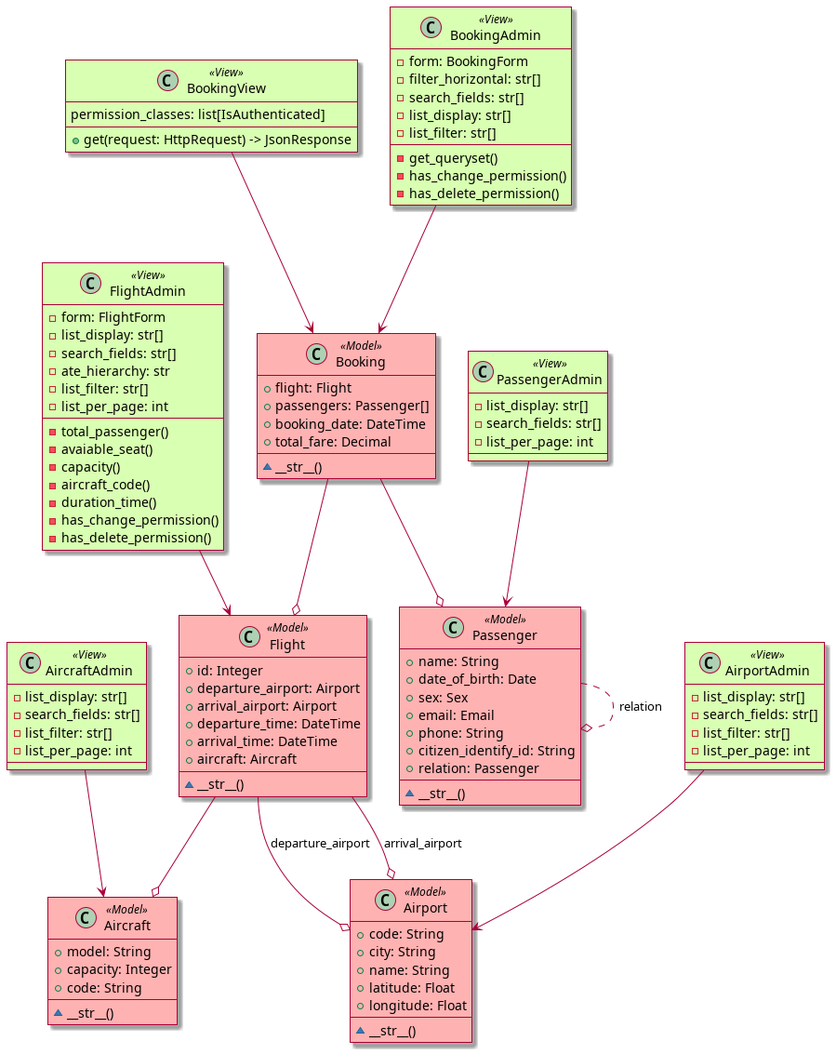
Above: documents/class-uml.png in t-pk/aviation-management-project (PlantUML), before the change.
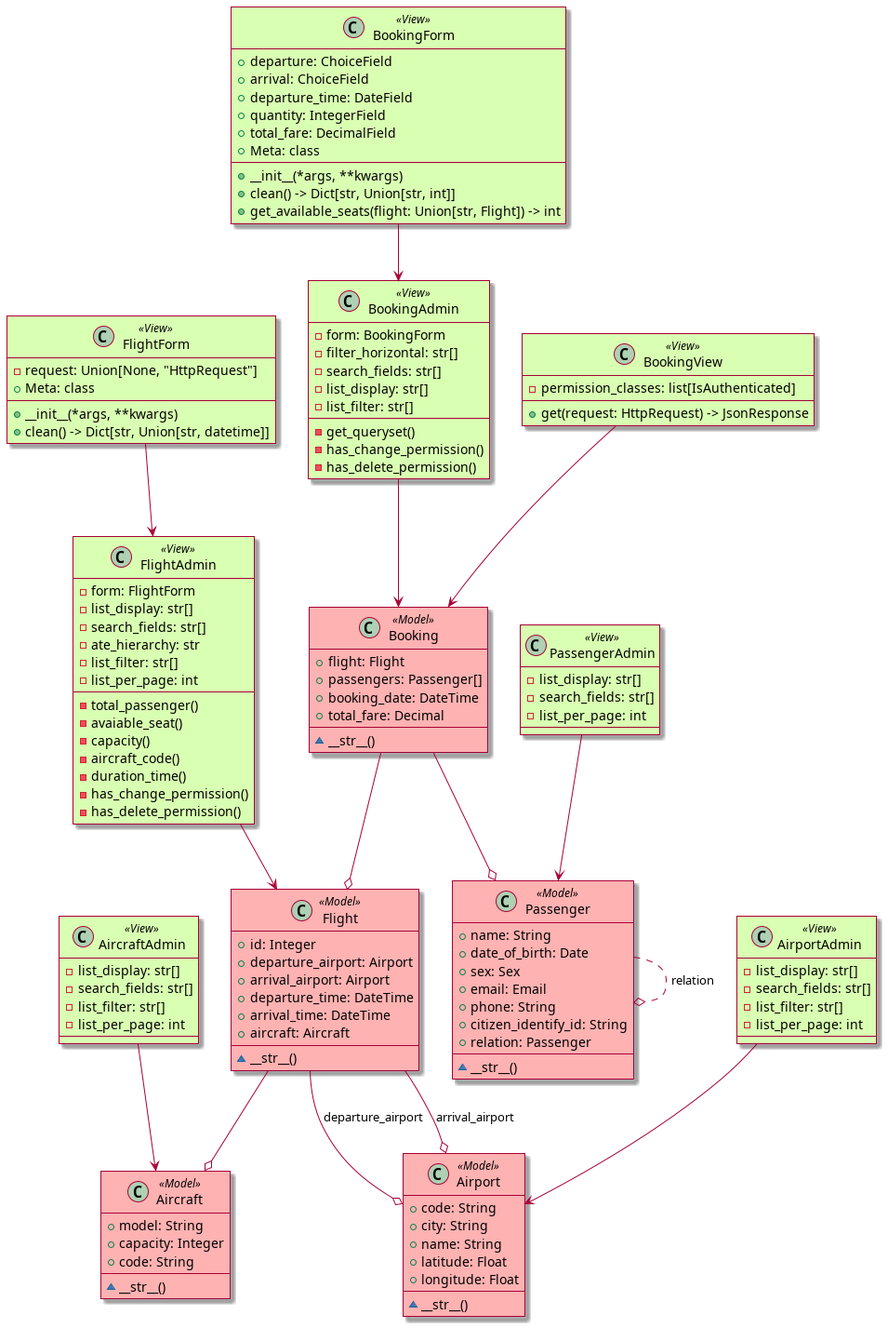
After the commit.

Change to the diagram source:
```diff
@@ -13,7 +13,6 @@
 skinparam class {
     BackgroundColor<<View>> #D9FFB2
 }
-
 
 class Flight <<Model>> {
     + id: Integer
@@ -61,11 +60,10 @@
 }
 
 class BookingView<<View>> {
-    permission_classes: list[IsAuthenticated]
+    - permission_classes: list[IsAuthenticated]
 
     + get(request: HttpRequest) -> JsonResponse
 }
-
 
 class FlightAdmin<<View>> {
     - form: FlightForm
@@ -114,7 +112,25 @@
     - has_delete_permission()
 }
 
+class BookingForm <<View>> {
+    + departure: ChoiceField
+    + arrival: ChoiceField
+    + departure_time: DateField
+    + quantity: IntegerField
+    + total_fare: DecimalField
+    + Meta: class
 
+    + __init__(*args, **kwargs)
+    + clean() -> Dict[str, Union[str, int]]
+    + get_available_seats(flight: Union[str, Flight]) -> int
+}
+
+class FlightForm <<View>> {
+    - request: Union[None, "HttpRequest"]
+    + __init__(*args, **kwargs)
+    + clean() -> Dict[str, Union[str, datetime]]
+    + Meta: class
+}
 
 FlightAdmin --> Flight
 AircraftAdmin --> Aircraft
@@ -122,6 +138,8 @@
 PassengerAdmin --> Passenger
 BookingAdmin --> Booking
 BookingView --> Booking
+BookingForm --> BookingAdmin
+FlightForm --> FlightAdmin
 
 Passenger ..o Passenger: relation
 Flight --o Airport: departure_airport
```
